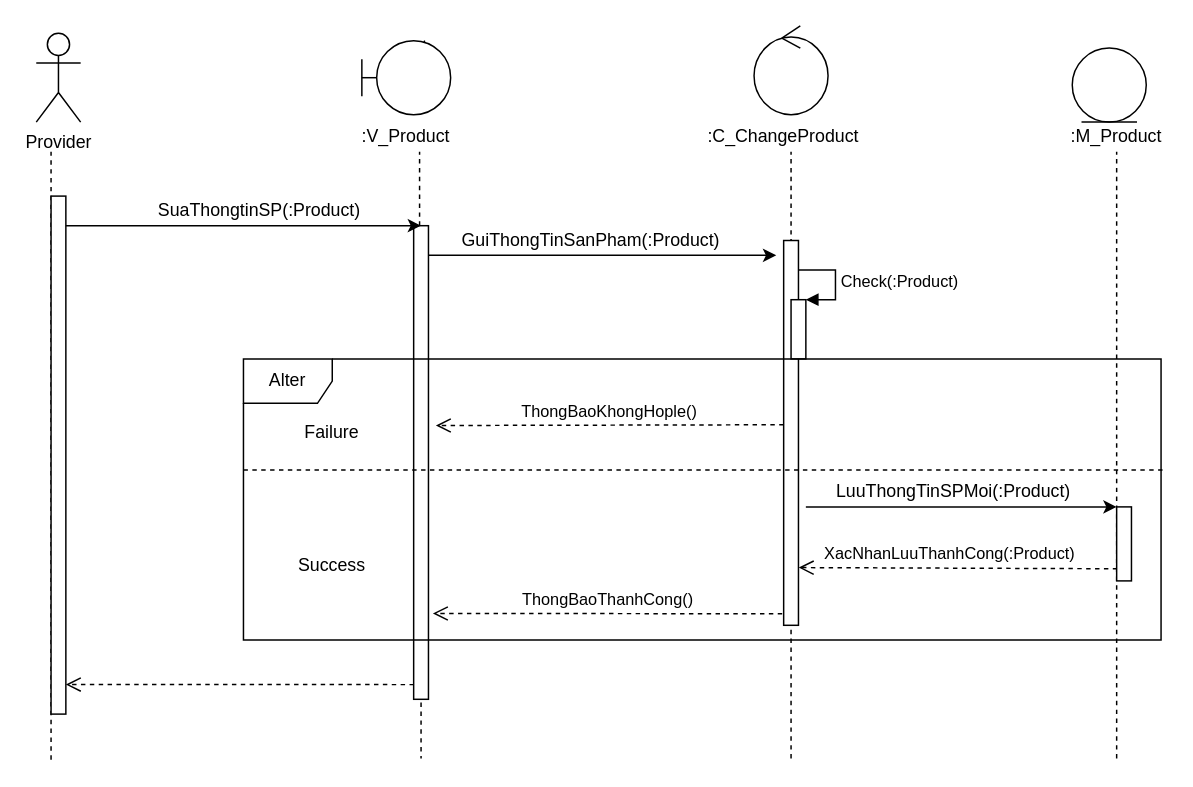
hoangminh15/PTTKHT keeps this draw.io diagram as Sequence/Duy's Sequences/SuaSanPham.drawio. Above is the earlier version. Source tidied: cells renumbered, new cells numbered last; positions are measured from the earlier drawing's top-left corner, leaving out a move shared by most shapes. Both pictures are drawn from the tidied source at 148%, with x=0, y=0 at pixel (36, 25).
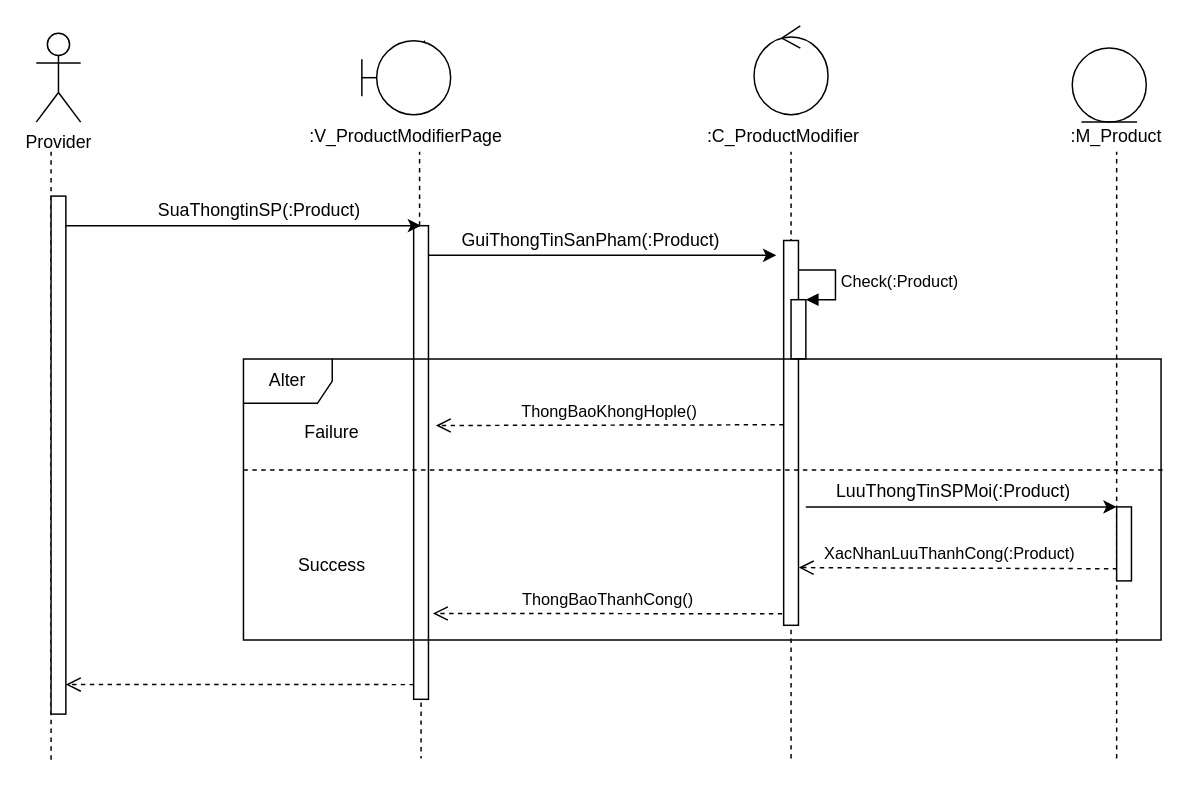
The same page after the edit.

Diff of the diagram source:
```diff
@@
-    <mxCell id="4" value=":V_Product" style="text;html=1;strokeColor=none;fillColor=none;align=center;verticalAlign=middle;whiteSpace=wrap;rounded=0;" parent="1" vertex="1">
+    <mxCell id="4" value=":V_ProductModifierPage" style="text;html=1;strokeColor=none;fillColor=none;align=center;verticalAlign=middle;whiteSpace=wrap;rounded=0;" parent="1" vertex="1">
       <mxGeometry x="230" y="65" width="40" height="20" as="geometry" />
     </mxCell>
@@
-    <mxCell id="6" value=":C_ChangeProduct" style="text;html=1;strokeColor=none;fillColor=none;align=center;verticalAlign=middle;whiteSpace=wrap;rounded=0;" parent="1" vertex="1">
+    <mxCell id="6" value=":C_ProductModifier" style="text;html=1;strokeColor=none;fillColor=none;align=center;verticalAlign=middle;whiteSpace=wrap;rounded=0;" parent="1" vertex="1">
       <mxGeometry x="485" y="65" width="40" height="20" as="geometry" />
     </mxCell>
```
